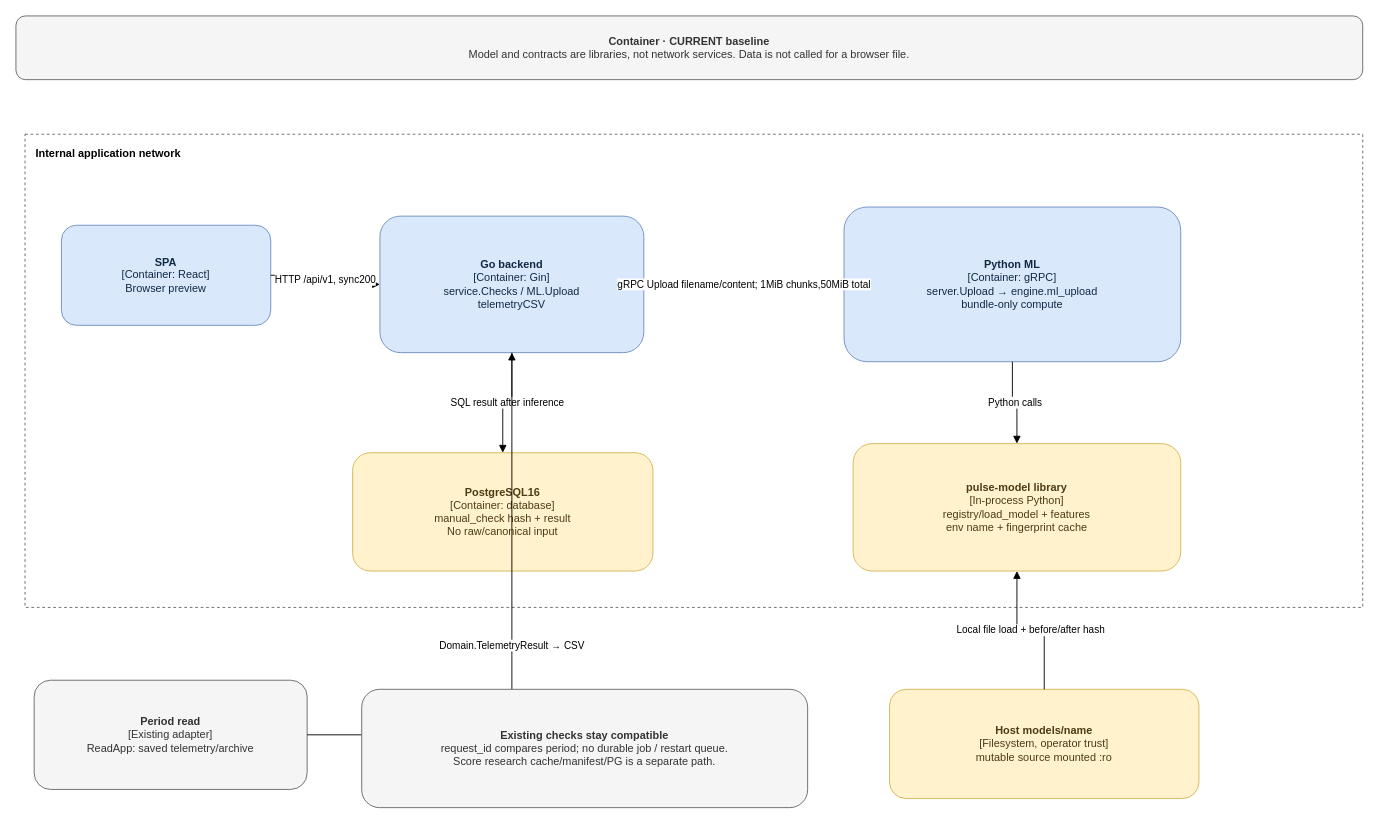
This is page "C2 Historical — pre-Q0 Upload" (2 of 6) of docs/q0-artifact-pinning.drawio from effitech-pulse/pulse-backend, a draw.io file, before an edit. Source tidied: cells renumbered, new cells numbered last; positions are measured from the earlier drawing's top-left corner, leaving out a move shared by most shapes. Both pictures are drawn from the tidied source at 91%, with x=0, y=0 at pixel (15, 15).
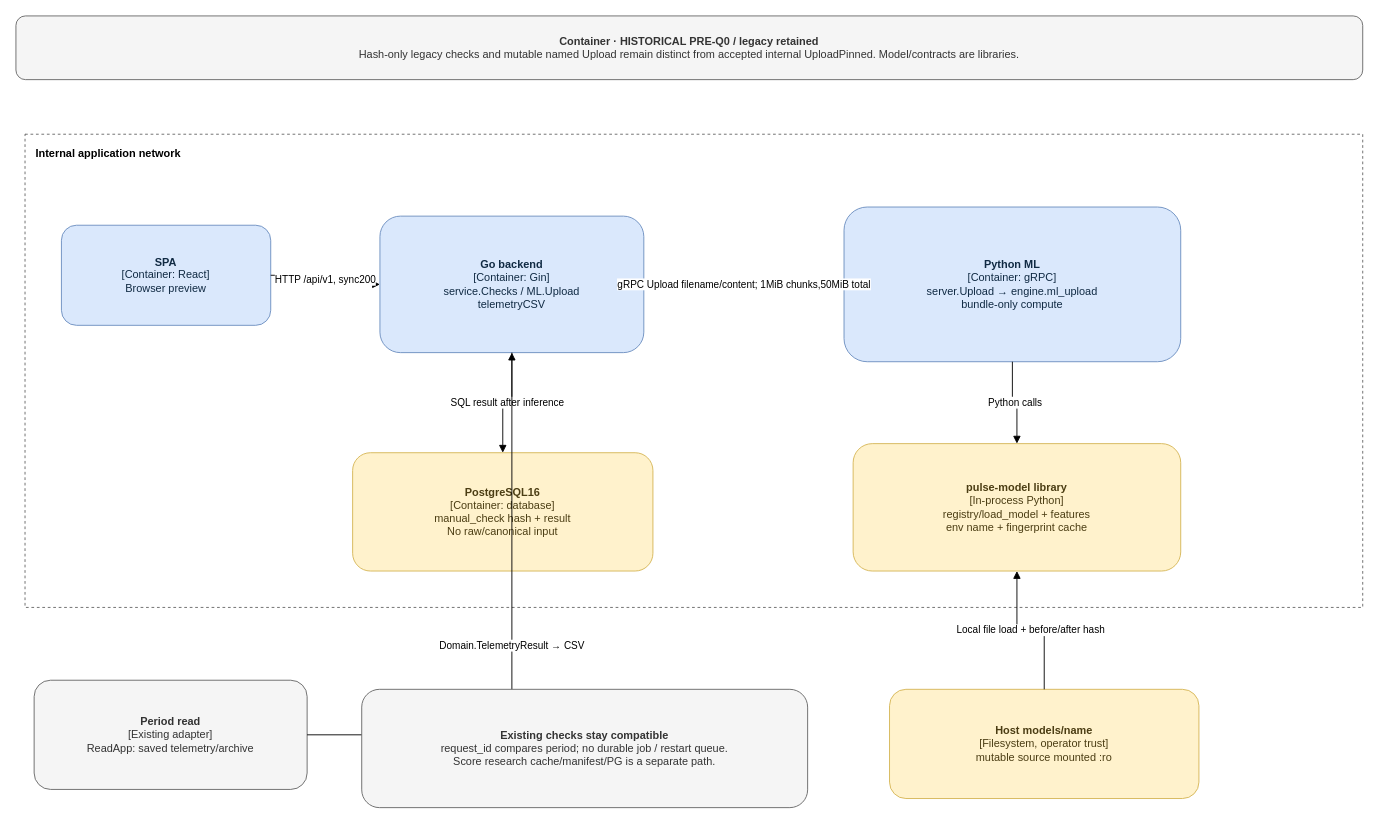
The same page after the edit.

What changed in the source:
```diff
@@
 <mxGraphModel>
   <root>
     <mxCell id="0" />
     <mxCell id="1" parent="0" />
-    <mxCell id="2" value="&lt;b&gt;Container · CURRENT baseline&lt;/b&gt;&lt;br&gt;Model and contracts are libraries, not network services. Data is not called for a browser file." style="rounded=1;whiteSpace=wrap;html=1;fillColor=#f5f5f5;strokeColor=#666666;fontColor=#333333;" parent="1" vertex="1">
+    <mxCell id="2" value="&lt;b&gt;Container · HISTORICAL PRE-Q0 / legacy retained&lt;/b&gt;&lt;br&gt;Hash-only legacy checks and mutable named Upload remain distinct from accepted internal UploadPinned. Model/contracts are libraries." style="rounded=1;whiteSpace=wrap;html=1;fillColor=#f5f5f5;strokeColor=#666666;fontColor=#333333;" parent="1" vertex="1">
       <mxGeometry width="1480" height="70" as="geometry" />
     </mxCell>
     <mxCell id="3" value="Internal application network" style="rounded=0;whiteSpace=wrap;html=1;fillColor=none;strokeColor=#666666;dashed=1;verticalAlign=top;align=left;fontStyle=1;spacingTop=8;spacingLeft=10;" parent="1" vertex="1">
       <mxGeometry x="10" y="130" width="1470" height="520" as="geometry" />
     </mxCell>
     <mxCell id="4" value="&lt;b&gt;SPA&lt;/b&gt;&lt;br&gt;[Container: React]&lt;br&gt;Browser preview" style="rounded=1;whiteSpace=wrap;html=1;fillColor=#dae8fc;strokeColor=#6c8ebf;fontColor=#102a43;" parent="1" vertex="1">
       <mxGeometry x="50" y="230" width="230" height="110" as="geometry" />
     </mxCell>
     <mxCell id="5" value="&lt;b&gt;Go backend&lt;/b&gt;&lt;br&gt;[Container: Gin]&lt;br&gt;service.Checks / ML.Upload&lt;br&gt;telemetryCSV" style="rounded=1;whiteSpace=wrap;html=1;fillColor=#dae8fc;strokeColor=#6c8ebf;fontColor=#102a43;" parent="1" vertex="1">
       <mxGeometry x="400" y="220" width="290" height="150" as="geometry" />
     </mxCell>
     <mxCell id="6" value="&lt;b&gt;Python ML&lt;/b&gt;&lt;br&gt;[Container: gRPC]&lt;br&gt;server.Upload → engine.ml_upload&lt;br&gt;bundle-only compute" style="rounded=1;whiteSpace=wrap;html=1;fillColor=#dae8fc;strokeColor=#6c8ebf;fontColor=#102a43;" parent="1" vertex="1">
       <mxGeometry x="910" y="210" width="370" height="170" as="geometry" />
     </mxCell>
     <mxCell id="7" value="&lt;b&gt;PostgreSQL16&lt;/b&gt;&lt;br&gt;[Container: database]&lt;br&gt;manual_check hash + result&lt;br&gt;No raw/canonical input" style="rounded=1;whiteSpace=wrap;html=1;fillColor=#fff2cc;strokeColor=#d6b656;fontColor=#4b3d13;" parent="1" vertex="1">
       <mxGeometry x="370" y="480" width="330" height="130" as="geometry" />
     </mxCell>
     <mxCell id="8" value="&lt;b&gt;pulse-model library&lt;/b&gt;&lt;br&gt;[In-process Python]&lt;br&gt;registry/load_model + features&lt;br&gt;env name + fingerprint cache" style="rounded=1;whiteSpace=wrap;html=1;fillColor=#fff2cc;strokeColor=#d6b656;fontColor=#4b3d13;" parent="1" vertex="1">
       <mxGeometry x="920" y="470" width="360" height="140" as="geometry" />
     </mxCell>
     <mxCell id="9" value="&lt;b&gt;Host models/name&lt;/b&gt;&lt;br&gt;[Filesystem, operator trust]&lt;br&gt;mutable source mounted :ro" style="rounded=1;whiteSpace=wrap;html=1;fillColor=#fff2cc;strokeColor=#d6b656;fontColor=#4b3d13;" parent="1" vertex="1">
       <mxGeometry x="960" y="740" width="340" height="120" as="geometry" />
     </mxCell>
     <mxCell id="10" value="&lt;b&gt;Period read&lt;/b&gt;&lt;br&gt;[Existing adapter]&lt;br&gt;ReadApp: saved telemetry/archive" style="rounded=1;whiteSpace=wrap;html=1;fillColor=#f5f5f5;strokeColor=#666666;fontColor=#333333;" parent="1" vertex="1">
       <mxGeometry x="20" y="730" width="300" height="120" as="geometry" />
     </mxCell>
     <mxCell id="11" value="HTTP /api/v1, sync200" style="edgeStyle=orthogonalEdgeStyle;rounded=0;html=1;endArrow=block;endFill=1;" parent="1" edge="1" source="4" target="5">
       <mxGeometry relative="1" as="geometry" />
     </mxCell>
     <mxCell id="12" value="gRPC Upload filename/content; 1MiB chunks,50MiB total" style="edgeStyle=orthogonalEdgeStyle;rounded=0;html=1;endArrow=block;endFill=1;" parent="1" edge="1" source="5" target="6">
       <mxGeometry relative="1" as="geometry" />
     </mxCell>
     <mxCell id="13" value="SQL result after inference" style="edgeStyle=orthogonalEdgeStyle;rounded=0;html=1;endArrow=block;endFill=1;" parent="1" edge="1" source="5" target="7">
       <mxGeometry relative="1" as="geometry" />
     </mxCell>
     <mxCell id="14" value="Python calls" style="edgeStyle=orthogonalEdgeStyle;rounded=0;html=1;endArrow=block;endFill=1;" parent="1" edge="1" source="6" target="8">
       <mxGeometry relative="1" as="geometry" />
     </mxCell>
     <mxCell id="15" value="Local file load + before/after hash" style="edgeStyle=orthogonalEdgeStyle;rounded=0;html=1;endArrow=block;endFill=1;" parent="1" edge="1" source="9" target="8">
       <mxGeometry relative="1" as="geometry" />
     </mxCell>
     <mxCell id="16" value="Domain.TelemetryResult → CSV" style="edgeStyle=orthogonalEdgeStyle;rounded=0;html=1;endArrow=block;endFill=1;" parent="1" edge="1" source="10" target="5">
       <mxGeometry relative="1" as="geometry" />
     </mxCell>
     <mxCell id="17" value="&lt;b&gt;Existing checks stay compatible&lt;/b&gt;&lt;br&gt;request_id compares period; no durable job / restart queue.&lt;br&gt;Score research cache/manifest/PG is a separate path." style="rounded=1;whiteSpace=wrap;html=1;fillColor=#f5f5f5;strokeColor=#666666;fontColor=#333333;" parent="1" vertex="1">
       <mxGeometry x="380" y="740" width="490" height="130" as="geometry" />
     </mxCell>
   </root>
 </mxGraphModel>
```
